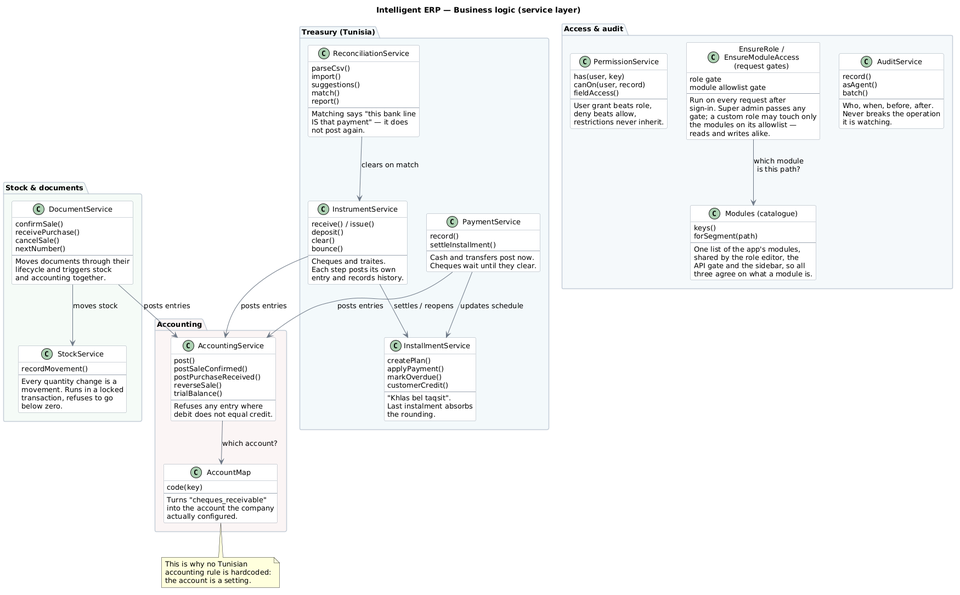
Above: diagrams/class-diagram.png in mariemtnb/ERP-AI-odoo-like (PlantUML), before the change.
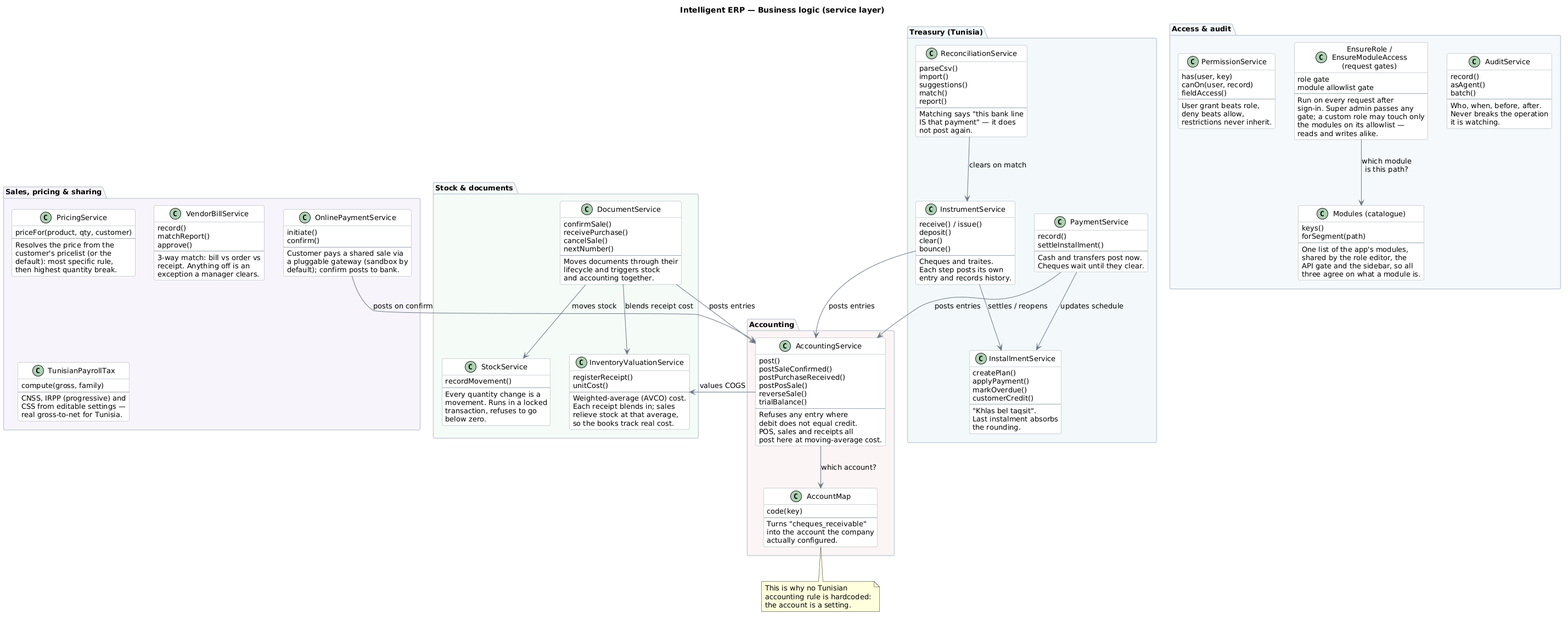
The same diagram one commit later.

Commit message:
Docs: cover the eight new modules in the report, manual and diagrams

Change to the diagram source:
```diff
@@ -36,6 +36,16 @@
     lifecycle and triggers stock
     and accounting together.
   }
+
+  class InventoryValuationService {
+    registerReceipt()
+    unitCost()
+    --
+    Weighted-average (AVCO) cost.
+    Each receipt blends in; sales
+    relieve stock at that average,
+    so the books track real cost.
+  }
 }
 
 package "Accounting" #FBF4F4 {
@@ -43,11 +53,14 @@
     post()
     postSaleConfirmed()
     postPurchaseReceived()
+    postPosSale()
     reverseSale()
     trialBalance()
     --
     Refuses any entry where
     debit does not equal credit.
+    POS, sales and receipts all
+    post here at moving-average cost.
   }
 
   class AccountMap {
@@ -56,6 +69,44 @@
     Turns "cheques_receivable"
     into the account the company
     actually configured.
+  }
+}
+
+package "Sales, pricing & sharing" #F7F4FB {
+  class PricingService {
+    priceFor(product, qty, customer)
+    --
+    Resolves the price from the
+    customer's pricelist (or the
+    default): most specific rule,
+    then highest quantity break.
+  }
+
+  class VendorBillService {
+    record()
+    matchReport()
+    approve()
+    --
+    3-way match: bill vs order vs
+    receipt. Anything off is an
+    exception a manager clears.
+  }
+
+  class OnlinePaymentService {
+    initiate()
+    confirm()
+    --
+    Customer pays a shared sale via
+    a pluggable gateway (sandbox by
+    default); confirm posts to bank.
+  }
+
+  class TunisianPayrollTax {
+    compute(gross, family)
+    --
+    CNSS, IRPP (progressive) and
+    CSS from editable settings —
+    real gross-to-net for Tunisia.
   }
 }
 
@@ -156,6 +207,10 @@
 PaymentService --> InstallmentService : updates schedule
 ReconciliationService --> InstrumentService : clears on match
 
+DocumentService --> InventoryValuationService : blends receipt cost
+AccountingService --> InventoryValuationService : values COGS
+OnlinePaymentService --> AccountingService : posts on confirm
+
 AccountingService --> AccountMap : which account?
 
 note bottom of AccountMap
```
